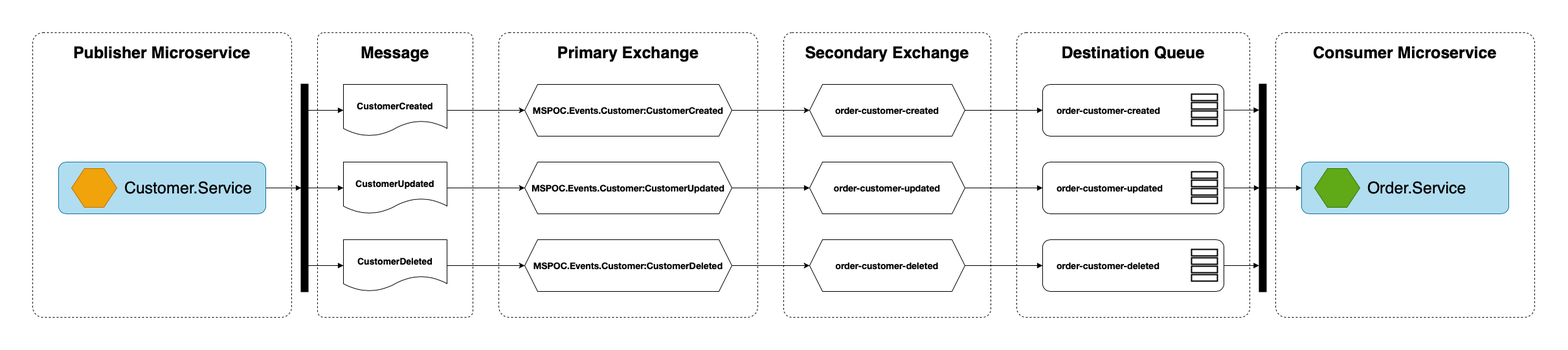
geovanegodoi/MicroServicesPOC keeps this draw.io diagram as images/customer-events-diagram.png. Above is the earlier version. Source tidied: cells renumbered, new cells last; positions are measured from the earlier drawing's top-left corner, leaving out a move shared by most shapes.
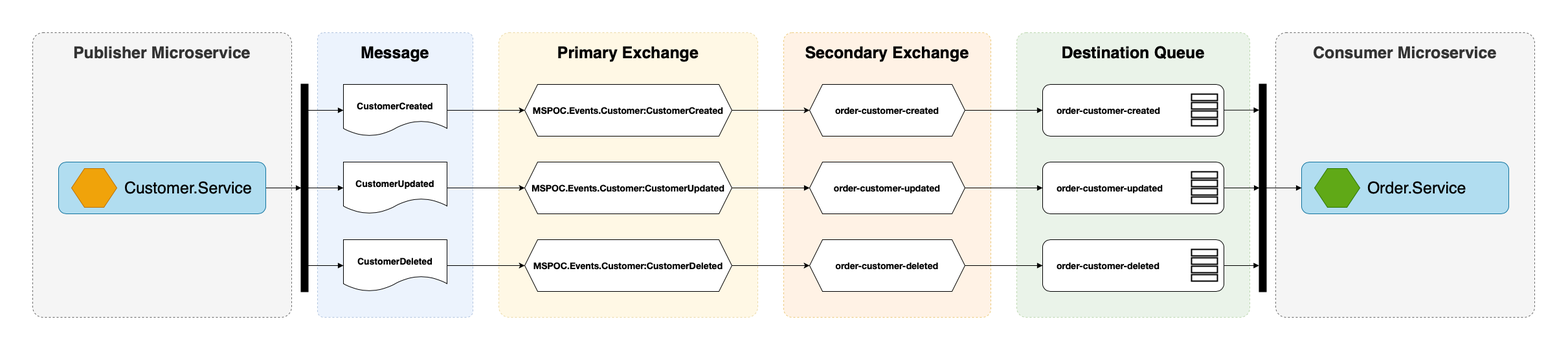
After the change.

The edit, as a diff of the source:
```diff
@@ -2,76 +2,73 @@
   <root>
     <mxCell id="0" />
     <mxCell id="1" parent="0" />
-    <mxCell id="2" style="group;" parent="1" vertex="1">
-      <mxGeometry width="2320" height="440" as="geometry" />
-    </mxCell>
-    <mxCell id="3" value="Publisher Microservice" style="rounded=1;whiteSpace=wrap;html=1;fontSize=25;strokeWidth=1;dashed=1;verticalAlign=top;spacingTop=10;arcSize=4;fillColor=none;fontStyle=1;" parent="2" vertex="1">
+    <mxCell id="3" value="Publisher Microservice" style="rounded=1;whiteSpace=wrap;html=1;fontSize=25;strokeWidth=1;dashed=1;verticalAlign=top;spacingTop=10;arcSize=4;fillColor=#f5f5f5;fontStyle=1;strokeColor=#666666;fontColor=#333333;" parent="1" vertex="1">
       <mxGeometry width="400" height="440" as="geometry" />
     </mxCell>
-    <mxCell id="4" value="Primary Exchange" style="rounded=1;whiteSpace=wrap;html=1;fontSize=25;strokeWidth=1;dashed=1;verticalAlign=top;spacingTop=10;arcSize=4;fillColor=none;fontStyle=1;" parent="2" vertex="1">
+    <mxCell id="4" value="Primary Exchange" style="rounded=1;whiteSpace=wrap;html=1;fontSize=25;strokeWidth=1;dashed=1;verticalAlign=top;spacingTop=10;arcSize=4;fillColor=#fff2cc;fontStyle=1;strokeColor=#d6b656;opacity=50;" parent="1" vertex="1">
       <mxGeometry x="720" width="400" height="440" as="geometry" />
     </mxCell>
-    <mxCell id="5" value="Destination Queue" style="rounded=1;whiteSpace=wrap;html=1;fontSize=25;strokeWidth=1;dashed=1;verticalAlign=top;spacingTop=10;arcSize=4;fillColor=none;fontStyle=1;" parent="2" vertex="1">
+    <mxCell id="5" value="Destination Queue" style="rounded=1;whiteSpace=wrap;html=1;fontSize=25;strokeWidth=1;dashed=1;verticalAlign=top;spacingTop=10;arcSize=4;fillColor=#d5e8d4;fontStyle=1;strokeColor=#82b366;opacity=50;" parent="1" vertex="1">
       <mxGeometry x="1520" width="360" height="440" as="geometry" />
     </mxCell>
-    <mxCell id="6" value="Consumer Microservice" style="rounded=1;whiteSpace=wrap;html=1;fontSize=25;strokeWidth=1;dashed=1;verticalAlign=top;spacingTop=10;arcSize=4;fillColor=none;fontStyle=1;" parent="2" vertex="1">
+    <mxCell id="6" value="Consumer Microservice" style="rounded=1;whiteSpace=wrap;html=1;fontSize=25;strokeWidth=1;dashed=1;verticalAlign=top;spacingTop=10;arcSize=4;fillColor=#f5f5f5;fontStyle=1;strokeColor=#666666;fontColor=#333333;" parent="1" vertex="1">
       <mxGeometry x="1920" width="400" height="440" as="geometry" />
     </mxCell>
-    <mxCell id="7" value="Secondary Exchange" style="rounded=1;whiteSpace=wrap;html=1;fontSize=25;strokeWidth=1;dashed=1;verticalAlign=top;spacingTop=10;arcSize=4;fillColor=none;fontStyle=1;" parent="2" vertex="1">
+    <mxCell id="7" value="Secondary Exchange" style="rounded=1;whiteSpace=wrap;html=1;fontSize=25;strokeWidth=1;dashed=1;verticalAlign=top;spacingTop=10;arcSize=4;fillColor=#ffe6cc;fontStyle=1;strokeColor=#d79b00;opacity=50;" parent="1" vertex="1">
       <mxGeometry x="1160" width="320" height="440" as="geometry" />
     </mxCell>
-    <mxCell id="8" value="Message" style="rounded=1;whiteSpace=wrap;html=1;fontSize=25;strokeWidth=1;dashed=1;verticalAlign=top;spacingTop=10;arcSize=4;fillColor=none;fontStyle=1;" parent="2" vertex="1">
+    <mxCell id="8" value="Message" style="rounded=1;whiteSpace=wrap;html=1;fontSize=25;strokeWidth=1;dashed=1;verticalAlign=top;spacingTop=10;arcSize=4;fillColor=#dae8fc;fontStyle=1;strokeColor=#6c8ebf;opacity=50;" parent="1" vertex="1">
       <mxGeometry x="440" width="240" height="440" as="geometry" />
     </mxCell>
-    <mxCell id="9" value="CustomerCreated" style="shape=document;whiteSpace=wrap;html=1;boundedLbl=1;spacingTop=10;fontSize=14;fontStyle=1;" parent="2" vertex="1">
+    <mxCell id="9" value="CustomerCreated" style="shape=document;whiteSpace=wrap;html=1;boundedLbl=1;spacingTop=10;fontSize=14;fontStyle=1;" parent="1" vertex="1">
       <mxGeometry x="480" y="80" width="160" height="80" as="geometry" />
     </mxCell>
-    <mxCell id="10" value="CustomerUpdated" style="shape=document;whiteSpace=wrap;html=1;boundedLbl=1;spacingTop=10;fontSize=14;fontStyle=1;" parent="2" vertex="1">
+    <mxCell id="10" value="CustomerUpdated" style="shape=document;whiteSpace=wrap;html=1;boundedLbl=1;spacingTop=10;fontSize=14;fontStyle=1;" parent="1" vertex="1">
       <mxGeometry x="480" y="200" width="160" height="80" as="geometry" />
     </mxCell>
-    <mxCell id="11" value="CustomerDeleted" style="shape=document;whiteSpace=wrap;html=1;boundedLbl=1;spacingTop=10;fontSize=14;fontStyle=1;" parent="2" vertex="1">
+    <mxCell id="11" value="CustomerDeleted" style="shape=document;whiteSpace=wrap;html=1;boundedLbl=1;spacingTop=10;fontSize=14;fontStyle=1;" parent="1" vertex="1">
       <mxGeometry x="480" y="320" width="160" height="80" as="geometry" />
     </mxCell>
-    <mxCell id="12" value="&lt;p style=&quot;margin: 0px ; font-stretch: normal ; font-size: 14px ; line-height: normal ; font-family: &amp;#34;helvetica neue light&amp;#34;&quot;&gt;MSPOC.Events.Customer:CustomerCreated&lt;/p&gt;" style="shape=hexagon;perimeter=hexagonPerimeter2;whiteSpace=wrap;html=1;fixedSize=1;fontSize=14;fontStyle=1;" parent="2" vertex="1">
+    <mxCell id="12" value="&lt;p style=&quot;margin: 0px ; font-stretch: normal ; font-size: 14px ; line-height: normal ; font-family: &amp;#34;helvetica neue light&amp;#34;&quot;&gt;MSPOC.Events.Customer:CustomerCreated&lt;/p&gt;" style="shape=hexagon;perimeter=hexagonPerimeter2;whiteSpace=wrap;html=1;fixedSize=1;fontSize=14;fontStyle=1;" parent="1" vertex="1">
       <mxGeometry x="760" y="80" width="320" height="80" as="geometry" />
     </mxCell>
-    <mxCell id="13" style="edgeStyle=orthogonalEdgeStyle;rounded=0;jettySize=auto;html=1;entryX=0;entryY=0.5;entryDx=0;entryDy=0;fontSize=14;" parent="2" edge="1" source="9" target="12">
+    <mxCell id="13" style="edgeStyle=orthogonalEdgeStyle;rounded=0;jettySize=auto;html=1;entryX=0;entryY=0.5;entryDx=0;entryDy=0;fontSize=14;" parent="1" edge="1" source="9" target="12">
       <mxGeometry relative="1" as="geometry" />
     </mxCell>
-    <mxCell id="14" value="&lt;p style=&quot;margin: 0px ; font-stretch: normal ; font-size: 14px ; line-height: normal ; font-family: &amp;#34;helvetica neue light&amp;#34;&quot;&gt;MSPOC.Events.Customer:CustomerUpdated&lt;/p&gt;" style="shape=hexagon;perimeter=hexagonPerimeter2;whiteSpace=wrap;html=1;fixedSize=1;fontSize=14;fontStyle=1;" parent="2" vertex="1">
+    <mxCell id="14" value="&lt;p style=&quot;margin: 0px ; font-stretch: normal ; font-size: 14px ; line-height: normal ; font-family: &amp;#34;helvetica neue light&amp;#34;&quot;&gt;MSPOC.Events.Customer:CustomerUpdated&lt;/p&gt;" style="shape=hexagon;perimeter=hexagonPerimeter2;whiteSpace=wrap;html=1;fixedSize=1;fontSize=14;fontStyle=1;" parent="1" vertex="1">
       <mxGeometry x="760" y="200" width="320" height="80" as="geometry" />
     </mxCell>
-    <mxCell id="15" style="edgeStyle=orthogonalEdgeStyle;rounded=0;jettySize=auto;html=1;entryX=0;entryY=0.5;entryDx=0;entryDy=0;fontSize=14;" parent="2" edge="1" source="10" target="14">
+    <mxCell id="15" style="edgeStyle=orthogonalEdgeStyle;rounded=0;jettySize=auto;html=1;entryX=0;entryY=0.5;entryDx=0;entryDy=0;fontSize=14;" parent="1" edge="1" source="10" target="14">
       <mxGeometry relative="1" as="geometry" />
     </mxCell>
-    <mxCell id="16" value="&lt;p style=&quot;margin: 0px ; font-stretch: normal ; font-size: 14px ; line-height: normal ; font-family: &amp;#34;helvetica neue light&amp;#34;&quot;&gt;MSPOC.Events.Customer:CustomerDeleted&lt;/p&gt;" style="shape=hexagon;perimeter=hexagonPerimeter2;whiteSpace=wrap;html=1;fixedSize=1;fontSize=14;fontStyle=1;" parent="2" vertex="1">
+    <mxCell id="16" value="&lt;p style=&quot;margin: 0px ; font-stretch: normal ; font-size: 14px ; line-height: normal ; font-family: &amp;#34;helvetica neue light&amp;#34;&quot;&gt;MSPOC.Events.Customer:CustomerDeleted&lt;/p&gt;" style="shape=hexagon;perimeter=hexagonPerimeter2;whiteSpace=wrap;html=1;fixedSize=1;fontSize=14;fontStyle=1;" parent="1" vertex="1">
       <mxGeometry x="760" y="320" width="320" height="80" as="geometry" />
     </mxCell>
-    <mxCell id="17" style="edgeStyle=orthogonalEdgeStyle;rounded=0;jettySize=auto;html=1;entryX=0;entryY=0.5;entryDx=0;entryDy=0;fontSize=14;" parent="2" edge="1" source="11" target="16">
+    <mxCell id="17" style="edgeStyle=orthogonalEdgeStyle;rounded=0;jettySize=auto;html=1;entryX=0;entryY=0.5;entryDx=0;entryDy=0;fontSize=14;" parent="1" edge="1" source="11" target="16">
       <mxGeometry relative="1" as="geometry" />
     </mxCell>
-    <mxCell id="18" value="&lt;p style=&quot;margin: 0px ; font-stretch: normal ; font-size: 14px ; line-height: normal ; font-family: &amp;#34;helvetica neue light&amp;#34;&quot;&gt;order-customer-created&lt;/p&gt;" style="shape=hexagon;perimeter=hexagonPerimeter2;whiteSpace=wrap;html=1;fixedSize=1;fontSize=14;fontStyle=1;" parent="2" vertex="1">
+    <mxCell id="18" value="&lt;p style=&quot;margin: 0px ; font-stretch: normal ; font-size: 14px ; line-height: normal ; font-family: &amp;#34;helvetica neue light&amp;#34;&quot;&gt;order-customer-created&lt;/p&gt;" style="shape=hexagon;perimeter=hexagonPerimeter2;whiteSpace=wrap;html=1;fixedSize=1;fontSize=14;fontStyle=1;" parent="1" vertex="1">
       <mxGeometry x="1200" y="80" width="240" height="80" as="geometry" />
     </mxCell>
-    <mxCell id="19" style="edgeStyle=orthogonalEdgeStyle;rounded=0;jettySize=auto;html=1;entryX=0;entryY=0.5;entryDx=0;entryDy=0;fontSize=14;" parent="2" edge="1" source="12" target="18">
+    <mxCell id="19" style="edgeStyle=orthogonalEdgeStyle;rounded=0;jettySize=auto;html=1;entryX=0;entryY=0.5;entryDx=0;entryDy=0;fontSize=14;" parent="1" edge="1" source="12" target="18">
       <mxGeometry relative="1" as="geometry" />
     </mxCell>
-    <mxCell id="20" value="&lt;p style=&quot;margin: 0px ; font-stretch: normal ; font-size: 14px ; line-height: normal ; font-family: &amp;#34;helvetica neue light&amp;#34;&quot;&gt;order-customer-updated&lt;/p&gt;" style="shape=hexagon;perimeter=hexagonPerimeter2;whiteSpace=wrap;html=1;fixedSize=1;fontSize=14;fontStyle=1;" parent="2" vertex="1">
+    <mxCell id="20" value="&lt;p style=&quot;margin: 0px ; font-stretch: normal ; font-size: 14px ; line-height: normal ; font-family: &amp;#34;helvetica neue light&amp;#34;&quot;&gt;order-customer-updated&lt;/p&gt;" style="shape=hexagon;perimeter=hexagonPerimeter2;whiteSpace=wrap;html=1;fixedSize=1;fontSize=14;fontStyle=1;" parent="1" vertex="1">
       <mxGeometry x="1200" y="200" width="240" height="80" as="geometry" />
     </mxCell>
-    <mxCell id="21" style="edgeStyle=none;rounded=0;jettySize=auto;html=1;entryX=0;entryY=0.5;entryDx=0;entryDy=0;fontSize=20;endArrow=block;endFill=1;" parent="2" edge="1" source="14" target="20">
+    <mxCell id="21" style="edgeStyle=none;rounded=0;jettySize=auto;html=1;entryX=0;entryY=0.5;entryDx=0;entryDy=0;fontSize=20;endArrow=block;endFill=1;" parent="1" edge="1" source="14" target="20">
       <mxGeometry relative="1" as="geometry" />
     </mxCell>
-    <mxCell id="22" value="&lt;p style=&quot;margin: 0px ; font-stretch: normal ; font-size: 14px ; line-height: normal ; font-family: &amp;#34;helvetica neue light&amp;#34;&quot;&gt;order-customer-deleted&lt;/p&gt;" style="shape=hexagon;perimeter=hexagonPerimeter2;whiteSpace=wrap;html=1;fixedSize=1;fontSize=14;fontStyle=1;" parent="2" vertex="1">
+    <mxCell id="22" value="&lt;p style=&quot;margin: 0px ; font-stretch: normal ; font-size: 14px ; line-height: normal ; font-family: &amp;#34;helvetica neue light&amp;#34;&quot;&gt;order-customer-deleted&lt;/p&gt;" style="shape=hexagon;perimeter=hexagonPerimeter2;whiteSpace=wrap;html=1;fixedSize=1;fontSize=14;fontStyle=1;" parent="1" vertex="1">
       <mxGeometry x="1200" y="320" width="240" height="80" as="geometry" />
     </mxCell>
-    <mxCell id="23" style="edgeStyle=orthogonalEdgeStyle;rounded=0;jettySize=auto;html=1;entryX=0;entryY=0.5;entryDx=0;entryDy=0;fontSize=14;" parent="2" edge="1" source="16" target="22">
+    <mxCell id="23" style="edgeStyle=orthogonalEdgeStyle;rounded=0;jettySize=auto;html=1;entryX=0;entryY=0.5;entryDx=0;entryDy=0;fontSize=14;" parent="1" edge="1" source="16" target="22">
       <mxGeometry relative="1" as="geometry" />
     </mxCell>
-    <mxCell id="24" style="group;" parent="2" vertex="1">
+    <mxCell id="24" style="group;" parent="1" vertex="1">
       <mxGeometry x="1560" y="200" width="285" height="80" as="geometry" />
     </mxCell>
-    <mxCell id="25" value="&lt;span style=&quot;font-family: &amp;#34;helvetica neue light&amp;#34; ; font-weight: bold ; text-align: center&quot;&gt;order-customer-updated&lt;/span&gt;" style="rounded=1;whiteSpace=wrap;html=1;fontSize=14;align=left;spacingLeft=20;fillColor=none;" parent="24" vertex="1">
+    <mxCell id="25" value="&lt;span style=&quot;font-family: &amp;#34;helvetica neue light&amp;#34; ; font-weight: bold ; text-align: center&quot;&gt;order-customer-updated&lt;/span&gt;" style="rounded=1;whiteSpace=wrap;html=1;fontSize=14;align=left;spacingLeft=20;" parent="24" vertex="1">
       <mxGeometry width="280" height="80" as="geometry" />
     </mxCell>
     <mxCell id="26" style="group;" parent="24" vertex="1">
@@ -89,13 +86,13 @@
     <mxCell id="30" style="rounded=0;whiteSpace=wrap;html=1;fontSize=14;strokeWidth=2;" parent="26" vertex="1">
       <mxGeometry y="13" width="40" height="10" as="geometry" />
     </mxCell>
-    <mxCell id="31" style="edgeStyle=orthogonalEdgeStyle;rounded=0;jettySize=auto;html=1;entryX=0;entryY=0.5;entryDx=0;entryDy=0;fontSize=14;endArrow=block;endFill=1;" parent="2" edge="1" source="20" target="25">
+    <mxCell id="31" style="edgeStyle=orthogonalEdgeStyle;rounded=0;jettySize=auto;html=1;entryX=0;entryY=0.5;entryDx=0;entryDy=0;fontSize=14;endArrow=block;endFill=1;" parent="1" edge="1" source="20" target="25">
       <mxGeometry relative="1" as="geometry" />
     </mxCell>
-    <mxCell id="32" style="group;" parent="2" vertex="1">
+    <mxCell id="32" style="group;" parent="1" vertex="1">
       <mxGeometry x="1560" y="80" width="280" height="80" as="geometry" />
     </mxCell>
-    <mxCell id="33" value="&lt;span style=&quot;font-family: &amp;#34;helvetica neue light&amp;#34; ; font-weight: bold ; text-align: center&quot;&gt;order-customer-created&lt;/span&gt;" style="rounded=1;whiteSpace=wrap;html=1;fontSize=14;align=left;spacingLeft=20;fillColor=none;" parent="32" vertex="1">
+    <mxCell id="33" value="&lt;span style=&quot;font-family: &amp;#34;helvetica neue light&amp;#34; ; font-weight: bold ; text-align: center&quot;&gt;order-customer-created&lt;/span&gt;" style="rounded=1;whiteSpace=wrap;html=1;fontSize=14;align=left;spacingLeft=20;" parent="32" vertex="1">
       <mxGeometry width="280" height="80" as="geometry" />
     </mxCell>
     <mxCell id="34" style="group;" parent="32" vertex="1">
@@ -113,13 +110,13 @@
     <mxCell id="38" style="rounded=0;whiteSpace=wrap;html=1;fontSize=14;strokeWidth=2;" parent="34" vertex="1">
       <mxGeometry y="13" width="40" height="10" as="geometry" />
     </mxCell>
-    <mxCell id="39" style="edgeStyle=orthogonalEdgeStyle;rounded=0;jettySize=auto;html=1;entryX=0;entryY=0.5;entryDx=0;entryDy=0;fontSize=14;endArrow=block;endFill=1;" parent="2" edge="1" source="18" target="33">
+    <mxCell id="39" style="edgeStyle=orthogonalEdgeStyle;rounded=0;jettySize=auto;html=1;entryX=0;entryY=0.5;entryDx=0;entryDy=0;fontSize=14;endArrow=block;endFill=1;" parent="1" edge="1" source="18" target="33">
       <mxGeometry relative="1" as="geometry" />
     </mxCell>
-    <mxCell id="40" style="group;" parent="2" vertex="1">
+    <mxCell id="40" style="group;" parent="1" vertex="1">
       <mxGeometry x="1560" y="320" width="280" height="80" as="geometry" />
     </mxCell>
-    <mxCell id="41" value="&lt;span style=&quot;font-family: &amp;#34;helvetica neue light&amp;#34; ; font-weight: bold ; text-align: center&quot;&gt;order-customer-deleted&lt;/span&gt;" style="rounded=1;whiteSpace=wrap;html=1;fontSize=14;align=left;spacingLeft=20;fillColor=none;" parent="40" vertex="1">
+    <mxCell id="41" value="&lt;span style=&quot;font-family: &amp;#34;helvetica neue light&amp;#34; ; font-weight: bold ; text-align: center&quot;&gt;order-customer-deleted&lt;/span&gt;" style="rounded=1;whiteSpace=wrap;html=1;fontSize=14;align=left;spacingLeft=20;" parent="40" vertex="1">
       <mxGeometry width="280" height="80" as="geometry" />
     </mxCell>
     <mxCell id="42" style="group;" parent="40" vertex="1">
@@ -137,10 +134,10 @@
     <mxCell id="46" style="rounded=0;whiteSpace=wrap;html=1;fontSize=14;strokeWidth=2;" parent="42" vertex="1">
       <mxGeometry y="13" width="40" height="10" as="geometry" />
     </mxCell>
-    <mxCell id="47" style="edgeStyle=orthogonalEdgeStyle;rounded=0;jettySize=auto;html=1;entryX=0;entryY=0.5;entryDx=0;entryDy=0;fontSize=14;endArrow=block;endFill=1;" parent="2" edge="1" source="22" target="41">
+    <mxCell id="47" style="edgeStyle=orthogonalEdgeStyle;rounded=0;jettySize=auto;html=1;entryX=0;entryY=0.5;entryDx=0;entryDy=0;fontSize=14;endArrow=block;endFill=1;" parent="1" edge="1" source="22" target="41">
       <mxGeometry relative="1" as="geometry" />
     </mxCell>
-    <mxCell id="48" style="group;" parent="2" vertex="1">
+    <mxCell id="48" style="group;" parent="1" vertex="1">
       <mxGeometry x="1960" y="200" width="320" height="80" as="geometry" />
     </mxCell>
     <mxCell id="49" value="Order.Service" style="rounded=1;whiteSpace=wrap;html=1;labelBackgroundColor=none;fontSize=25;fillColor=#b1ddf0;strokeColor=#10739e;align=left;spacingRight=0;spacingLeft=100;" parent="48" vertex="1">
@@ -149,37 +146,37 @@
     <mxCell id="50" style="shape=hexagon;perimeter=hexagonPerimeter2;whiteSpace=wrap;html=1;fixedSize=1;labelBackgroundColor=none;fontSize=20;fontColor=#ffffff;fillColor=#60a917;strokeColor=#2D7600;" parent="48" vertex="1">
       <mxGeometry x="20" y="10" width="70" height="60" as="geometry" />
     </mxCell>
-    <mxCell id="51" style="rounded=0;jettySize=auto;html=1;exitX=0.5;exitY=0.875;exitDx=0;exitDy=0;entryX=0;entryY=0.5;entryDx=0;entryDy=0;fontSize=14;endArrow=block;endFill=1;exitPerimeter=0;" parent="2" edge="1" source="54" target="11">
+    <mxCell id="51" style="rounded=0;jettySize=auto;html=1;exitX=0.5;exitY=0.875;exitDx=0;exitDy=0;entryX=0;entryY=0.5;entryDx=0;entryDy=0;fontSize=14;endArrow=block;endFill=1;exitPerimeter=0;" parent="1" edge="1" source="54" target="11">
       <mxGeometry relative="1" as="geometry" />
     </mxCell>
-    <mxCell id="52" style="edgeStyle=none;rounded=0;jettySize=auto;html=1;exitX=0.5;exitY=0.125;exitDx=0;exitDy=0;entryX=0;entryY=0.5;entryDx=0;entryDy=0;fontSize=14;endArrow=block;endFill=1;exitPerimeter=0;" parent="2" edge="1" source="54" target="9">
+    <mxCell id="52" style="edgeStyle=none;rounded=0;jettySize=auto;html=1;exitX=0.5;exitY=0.125;exitDx=0;exitDy=0;entryX=0;entryY=0.5;entryDx=0;entryDy=0;fontSize=14;endArrow=block;endFill=1;exitPerimeter=0;" parent="1" edge="1" source="54" target="9">
       <mxGeometry relative="1" as="geometry" />
     </mxCell>
-    <mxCell id="53" style="edgeStyle=none;rounded=0;jettySize=auto;html=1;entryX=0;entryY=0.5;entryDx=0;entryDy=0;fontSize=14;endArrow=block;endFill=1;" parent="2" edge="1" source="54" target="10">
+    <mxCell id="53" style="edgeStyle=none;rounded=0;jettySize=auto;html=1;entryX=0;entryY=0.5;entryDx=0;entryDy=0;fontSize=14;endArrow=block;endFill=1;" parent="1" edge="1" source="54" target="10">
       <mxGeometry relative="1" as="geometry" />
     </mxCell>
-    <mxCell id="54" style="rounded=0;whiteSpace=wrap;html=1;fontSize=14;strokeWidth=2;fillColor=#000000;" parent="2" vertex="1">
+    <mxCell id="54" style="rounded=0;whiteSpace=wrap;html=1;fontSize=14;strokeWidth=2;fillColor=#000000;" parent="1" vertex="1">
       <mxGeometry x="415" y="80" width="10" height="320" as="geometry" />
     </mxCell>
-    <mxCell id="55" style="edgeStyle=none;rounded=0;jettySize=auto;html=1;entryX=0;entryY=0.5;entryDx=0;entryDy=0;fontSize=14;endArrow=block;endFill=1;exitX=1;exitY=0.5;exitDx=0;exitDy=0;" parent="2" edge="1" source="62" target="54">
+    <mxCell id="55" style="edgeStyle=none;rounded=0;jettySize=auto;html=1;entryX=0;entryY=0.5;entryDx=0;entryDy=0;fontSize=14;endArrow=block;endFill=1;exitX=1;exitY=0.5;exitDx=0;exitDy=0;" parent="1" edge="1" source="62" target="54">
       <mxGeometry relative="1" as="geometry" />
     </mxCell>
-    <mxCell id="56" style="edgeStyle=none;rounded=0;jettySize=auto;html=1;entryX=0;entryY=0.5;entryDx=0;entryDy=0;fontSize=20;endArrow=block;endFill=1;" parent="2" edge="1" source="57" target="49">
+    <mxCell id="56" style="edgeStyle=none;rounded=0;jettySize=auto;html=1;entryX=0;entryY=0.5;entryDx=0;entryDy=0;fontSize=20;endArrow=block;endFill=1;" parent="1" edge="1" source="57" target="49">
       <mxGeometry relative="1" as="geometry" />
     </mxCell>
-    <mxCell id="57" style="rounded=0;whiteSpace=wrap;html=1;fontSize=14;strokeWidth=2;fillColor=#000000;" parent="2" vertex="1">
+    <mxCell id="57" style="rounded=0;whiteSpace=wrap;html=1;fontSize=14;strokeWidth=2;fillColor=#000000;" parent="1" vertex="1">
       <mxGeometry x="1895" y="80" width="10" height="320" as="geometry" />
     </mxCell>
-    <mxCell id="58" style="edgeStyle=none;rounded=0;jettySize=auto;html=1;entryX=-0.044;entryY=0.124;entryDx=0;entryDy=0;entryPerimeter=0;fontSize=20;endArrow=block;endFill=1;" parent="2" edge="1" source="33" target="57">
+    <mxCell id="58" style="edgeStyle=none;rounded=0;jettySize=auto;html=1;entryX=-0.044;entryY=0.124;entryDx=0;entryDy=0;entryPerimeter=0;fontSize=20;endArrow=block;endFill=1;" parent="1" edge="1" source="33" target="57">
       <mxGeometry relative="1" as="geometry" />
     </mxCell>
-    <mxCell id="59" style="edgeStyle=none;rounded=0;jettySize=auto;html=1;entryX=0;entryY=0.5;entryDx=0;entryDy=0;fontSize=20;endArrow=block;endFill=1;" parent="2" edge="1" source="25" target="57">
+    <mxCell id="59" style="edgeStyle=none;rounded=0;jettySize=auto;html=1;entryX=0;entryY=0.5;entryDx=0;entryDy=0;fontSize=20;endArrow=block;endFill=1;" parent="1" edge="1" source="25" target="57">
       <mxGeometry relative="1" as="geometry" />
     </mxCell>
-    <mxCell id="60" style="edgeStyle=none;rounded=0;jettySize=auto;html=1;entryX=-0.058;entryY=0.875;entryDx=0;entryDy=0;entryPerimeter=0;fontSize=20;endArrow=block;endFill=1;" parent="2" edge="1" source="41" target="57">
+    <mxCell id="60" style="edgeStyle=none;rounded=0;jettySize=auto;html=1;entryX=-0.058;entryY=0.875;entryDx=0;entryDy=0;entryPerimeter=0;fontSize=20;endArrow=block;endFill=1;" parent="1" edge="1" source="41" target="57">
       <mxGeometry relative="1" as="geometry" />
     </mxCell>
-    <mxCell id="61" style="group;" parent="2" vertex="1">
+    <mxCell id="61" style="group;" parent="1" vertex="1">
       <mxGeometry x="40" y="200" width="320" height="80" as="geometry" />
     </mxCell>
     <mxCell id="62" value="Customer.Service" style="rounded=1;whiteSpace=wrap;html=1;labelBackgroundColor=none;fontSize=25;fillColor=#b1ddf0;strokeColor=#10739e;align=left;spacingRight=0;spacingLeft=100;" parent="61" vertex="1">
```
